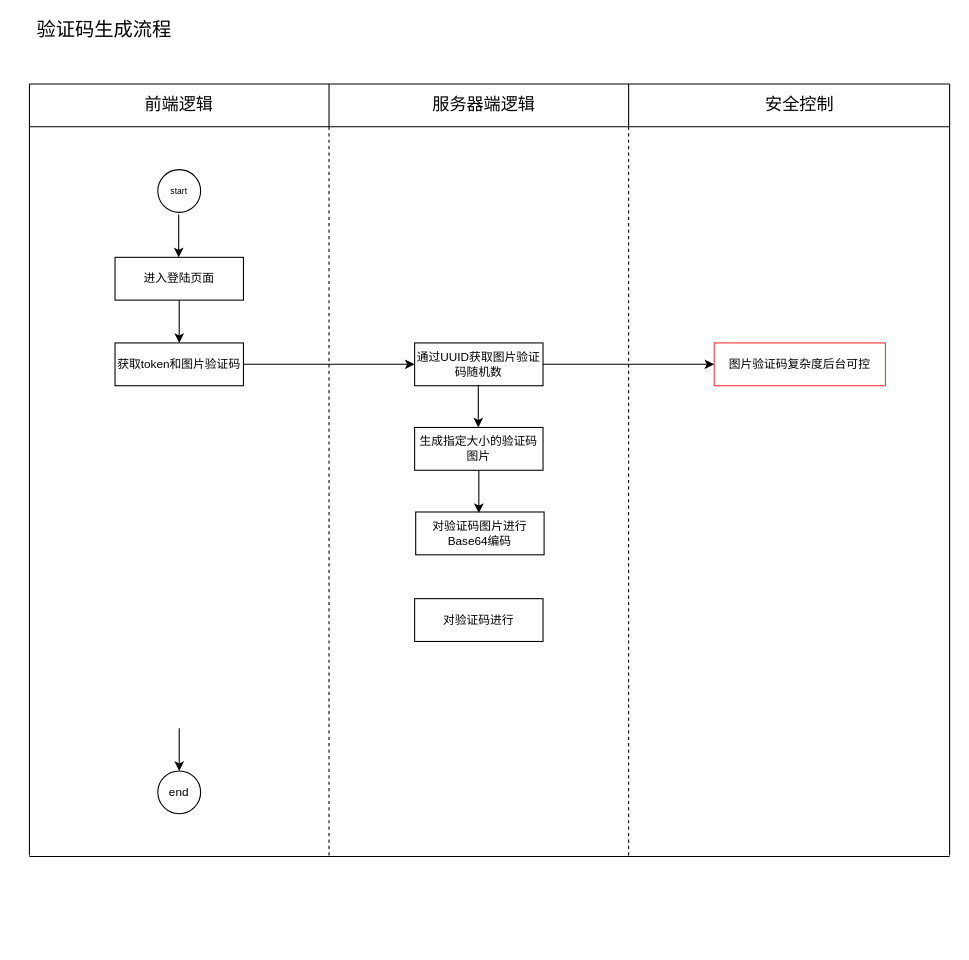
This is 图片验证码生成流程.drawio from chenrushui/draw, a draw.io file, before an edit. Source tidied: cells renumbered, new cells numbered last; positions are measured from the earlier drawing's top-left corner, leaving out a move shared by most shapes. Both pictures are drawn from the tidied source at 107%, with x=0, y=0 at pixel (18, 19).
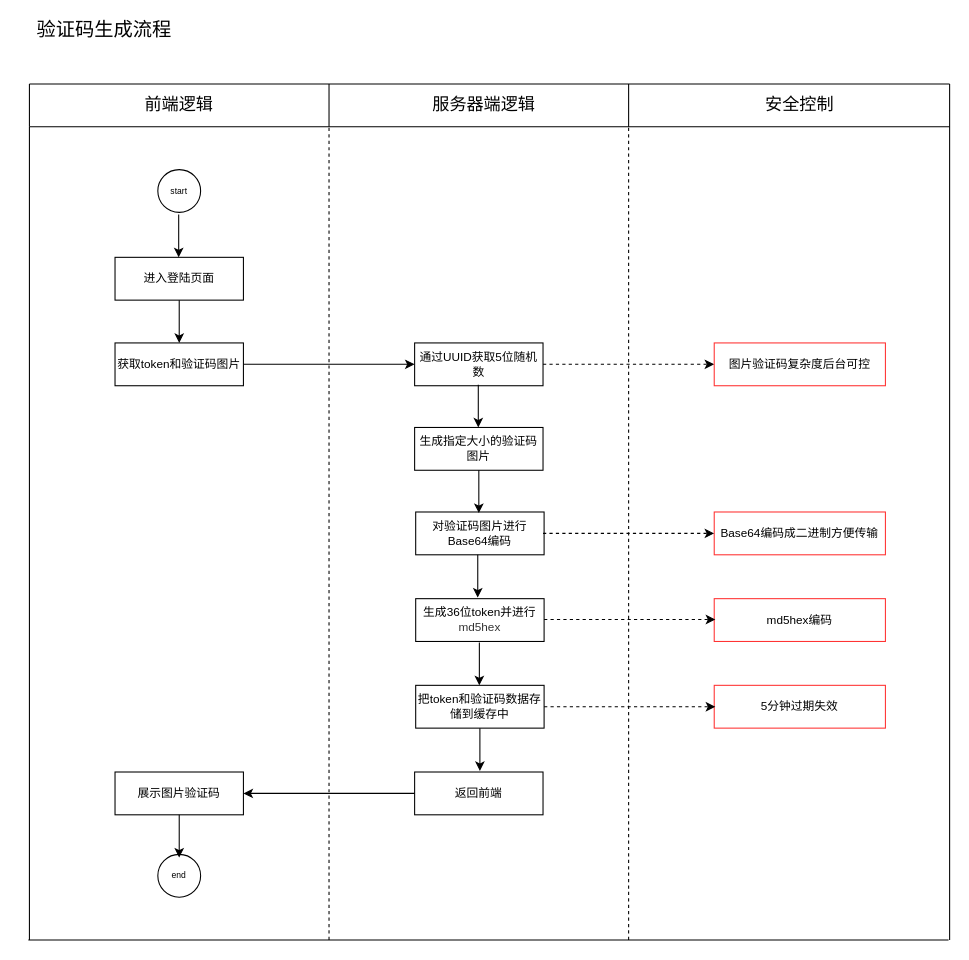
The same page after the edit.

Commit message:
图片验证码生成流程.drawio

Change to the diagram source:
```diff
@@
     <mxCell id="5" style="endArrow=none;html=1;fontSize=11;dashed=1;" parent="1" edge="1">
       <mxGeometry relative="1" as="geometry">
-        <mxPoint x="290" y="781" as="sourcePoint" />
+        <mxPoint x="290" y="860" as="sourcePoint" />
         <mxPoint x="290" y="100" as="targetPoint" />
       </mxGeometry>
     </mxCell>
     <mxCell id="6" style="endArrow=none;html=1;fontSize=11;dashed=1;" parent="1" edge="1">
       <mxGeometry relative="1" as="geometry">
-        <mxPoint x="570" y="781" as="sourcePoint" />
+        <mxPoint x="570" y="860" as="sourcePoint" />
         <mxPoint x="570" y="100" as="targetPoint" />
       </mxGeometry>
     </mxCell>
     <mxCell id="7" style="endArrow=none;html=1;fontSize=11;" parent="1" edge="1">
       <mxGeometry relative="1" as="geometry">
-        <mxPoint x="10" y="781" as="sourcePoint" />
+        <mxPoint x="10" y="860" as="sourcePoint" />
         <mxPoint x="10" y="100" as="targetPoint" />
       </mxGeometry>
     </mxCell>
@@
-    <mxCell id="10" value="end" style="ellipse;whiteSpace=wrap;html=1;fontSize=11;" parent="1" vertex="1">
-      <mxGeometry x="130" y="702" width="40" height="40" as="geometry" />
-    </mxCell>
-    <mxCell id="11" style="endArrow=classic;html=1;fontSize=11;" parent="1" edge="1">
-      <mxGeometry relative="1" as="geometry">
-        <mxPoint x="150" y="662" as="sourcePoint" />
-        <mxPoint x="150" y="702" as="targetPoint" />
-      </mxGeometry>
-    </mxCell>
@@
     <mxCell id="17" style="endArrow=none;html=1;fontSize=11;" parent="1" edge="1">
       <mxGeometry relative="1" as="geometry">
-        <mxPoint x="870" y="781" as="sourcePoint" />
+        <mxPoint x="870" y="860" as="sourcePoint" />
         <mxPoint x="870" y="60" as="targetPoint" />
       </mxGeometry>
     </mxCell>
@@
     <mxCell id="21" style="endArrow=none;html=1;fontSize=11;" parent="1" edge="1">
       <mxGeometry relative="1" as="geometry">
-        <mxPoint x="10" y="782" as="sourcePoint" />
-        <mxPoint x="870" y="782" as="targetPoint" />
+        <mxPoint x="9" y="860" as="sourcePoint" />
+        <mxPoint x="869" y="860" as="targetPoint" />
       </mxGeometry>
     </mxCell>
-    <mxCell id="22" style="endArrow=classic;html=1;fontSize=11;entryX=0;entryY=0.5;entryDx=0;entryDy=0;exitX=1;exitY=0.5;exitDx=0;exitDy=0;" parent="1" edge="1">
+    <mxCell id="22" style="endArrow=classic;html=1;fontSize=11;entryX=0;entryY=0.5;entryDx=0;entryDy=0;exitX=1;exitY=0.5;exitDx=0;exitDy=0;dashed=1;" parent="1" edge="1">
       <mxGeometry relative="1" as="geometry">
         <mxPoint x="490" y="322" as="sourcePoint" />
         <mxPoint x="650" y="322" as="targetPoint" />
       </mxGeometry>
     </mxCell>
@@
-    <mxCell id="25" value="获取token和图片验证码" style="rounded=0;whiteSpace=wrap;html=1;fontSize=11;" parent="1" vertex="1">
+    <mxCell id="25" value="获取token和验证码图片" style="rounded=0;whiteSpace=wrap;html=1;fontSize=11;" parent="1" vertex="1">
       <mxGeometry x="90" y="302" width="120" height="40" as="geometry" />
     </mxCell>
@@
-    <mxCell id="27" value="通过UUID获取图片验证码随机数" style="rounded=0;whiteSpace=wrap;html=1;fontSize=11;" parent="1" vertex="1">
+    <mxCell id="27" value="通过UUID获取5位随机数" style="rounded=0;whiteSpace=wrap;html=1;fontSize=11;" parent="1" vertex="1">
       <mxGeometry x="370" y="302" width="120" height="40" as="geometry" />
     </mxCell>
@@
-    <mxCell id="31" value="对验证码进行" style="rounded=0;whiteSpace=wrap;html=1;fontSize=11;" parent="1" vertex="1">
-      <mxGeometry x="370" y="541" width="120" height="40" as="geometry" />
+    <mxCell id="31" value="&lt;div style=&quot;font-size: 11px&quot;&gt;&lt;span style=&quot;font-size: 11px&quot;&gt;生成36位token并进行&lt;/span&gt;&lt;/div&gt;&lt;span style=&quot;color: rgb(51 , 51 , 51) ; font-size: 11px ; background-color: rgb(255 , 255 , 255)&quot;&gt;md5he&lt;/span&gt;&lt;span style=&quot;color: rgb(51 , 51 , 51) ; font-size: 11px ; background-color: rgb(255 , 255 , 255)&quot;&gt;x&lt;/span&gt;" style="rounded=0;whiteSpace=wrap;html=1;fontSize=11;" parent="1" vertex="1">
+      <mxGeometry x="371" y="541" width="120" height="40" as="geometry" />
     </mxCell>
+    <mxCell id="32" style="endArrow=classic;html=1;fontSize=11;" parent="1" edge="1">
+      <mxGeometry relative="1" as="geometry">
+        <mxPoint x="429" y="500" as="sourcePoint" />
+        <mxPoint x="429" y="540" as="targetPoint" />
+      </mxGeometry>
+    </mxCell>
+    <mxCell id="33" value="&lt;div style=&quot;font-size: 11px&quot;&gt;把token和验证码数据存储到缓存中&lt;/div&gt;" style="rounded=0;whiteSpace=wrap;html=1;fontSize=11;" parent="1" vertex="1">
+      <mxGeometry x="371" y="622" width="120" height="40" as="geometry" />
+    </mxCell>
+    <mxCell id="34" style="endArrow=classic;html=1;fontSize=11;" parent="1" edge="1">
+      <mxGeometry relative="1" as="geometry">
+        <mxPoint x="430.5" y="582" as="sourcePoint" />
+        <mxPoint x="430.5" y="622" as="targetPoint" />
+      </mxGeometry>
+    </mxCell>
+    <mxCell id="35" value="&lt;div style=&quot;font-size: 11px&quot;&gt;返回前端&lt;/div&gt;" style="rounded=0;whiteSpace=wrap;html=1;fontSize=11;" parent="1" vertex="1">
+      <mxGeometry x="370" y="703" width="120" height="40" as="geometry" />
+    </mxCell>
+    <mxCell id="36" style="endArrow=classic;html=1;fontSize=11;" parent="1" edge="1">
+      <mxGeometry relative="1" as="geometry">
+        <mxPoint x="431" y="662" as="sourcePoint" />
+        <mxPoint x="431" y="702" as="targetPoint" />
+      </mxGeometry>
+    </mxCell>
+    <mxCell id="37" value="&lt;div style=&quot;font-size: 11px&quot;&gt;展示图片验证码&lt;/div&gt;" style="rounded=0;whiteSpace=wrap;html=1;fontSize=11;" parent="1" vertex="1">
+      <mxGeometry x="90" y="703" width="120" height="40" as="geometry" />
+    </mxCell>
+    <mxCell id="38" style="endArrow=classic;html=1;fontSize=11;exitX=0;exitY=0.5;exitDx=0;exitDy=0;entryX=1;entryY=0.5;entryDx=0;entryDy=0;" parent="1" edge="1" source="35" target="37">
+      <mxGeometry relative="1" as="geometry" />
+    </mxCell>
+    <mxCell id="10" value="end" style="ellipse;whiteSpace=wrap;html=1;fontSize=8;" parent="1" vertex="1">
+      <mxGeometry x="130" y="780" width="40" height="40" as="geometry" />
+    </mxCell>
+    <mxCell id="39" style="endArrow=classic;html=1;fontSize=11;" parent="1" edge="1">
+      <mxGeometry relative="1" as="geometry">
+        <mxPoint x="150" y="743" as="sourcePoint" />
+        <mxPoint x="150" y="783" as="targetPoint" />
+      </mxGeometry>
+    </mxCell>
+    <mxCell id="40" value="5分钟过期失效" style="rounded=0;whiteSpace=wrap;html=1;fontSize=11;strokeColor=#FF3333;" parent="1" vertex="1">
+      <mxGeometry x="650" y="622" width="160" height="40" as="geometry" />
+    </mxCell>
+    <mxCell id="41" value="md5hex编码" style="rounded=0;whiteSpace=wrap;html=1;fontSize=11;strokeColor=#FF3333;" parent="1" vertex="1">
+      <mxGeometry x="650" y="541" width="160" height="40" as="geometry" />
+    </mxCell>
+    <mxCell id="42" value="Base64编码成二进制方便传输" style="rounded=0;whiteSpace=wrap;html=1;fontSize=11;strokeColor=#FF3333;" parent="1" vertex="1">
+      <mxGeometry x="650" y="460" width="160" height="40" as="geometry" />
+    </mxCell>
+    <mxCell id="43" style="endArrow=classic;html=1;fontSize=11;entryX=0;entryY=0.5;entryDx=0;entryDy=0;exitX=1;exitY=0.5;exitDx=0;exitDy=0;dashed=1;" parent="1" edge="1">
+      <mxGeometry relative="1" as="geometry">
+        <mxPoint x="490" y="480" as="sourcePoint" />
+        <mxPoint x="650" y="480" as="targetPoint" />
+      </mxGeometry>
+    </mxCell>
+    <mxCell id="44" style="endArrow=classic;html=1;fontSize=11;entryX=0;entryY=0.5;entryDx=0;entryDy=0;exitX=1;exitY=0.5;exitDx=0;exitDy=0;dashed=1;" parent="1" edge="1">
+      <mxGeometry relative="1" as="geometry">
+        <mxPoint x="491" y="560.5" as="sourcePoint" />
+        <mxPoint x="651" y="560.5" as="targetPoint" />
+      </mxGeometry>
+    </mxCell>
+    <mxCell id="45" style="endArrow=classic;html=1;fontSize=11;entryX=0;entryY=0.5;entryDx=0;entryDy=0;exitX=1;exitY=0.5;exitDx=0;exitDy=0;dashed=1;" parent="1" edge="1">
+      <mxGeometry relative="1" as="geometry">
+        <mxPoint x="491" y="642" as="sourcePoint" />
+        <mxPoint x="651" y="642" as="targetPoint" />
+      </mxGeometry>
+    </mxCell>
```
